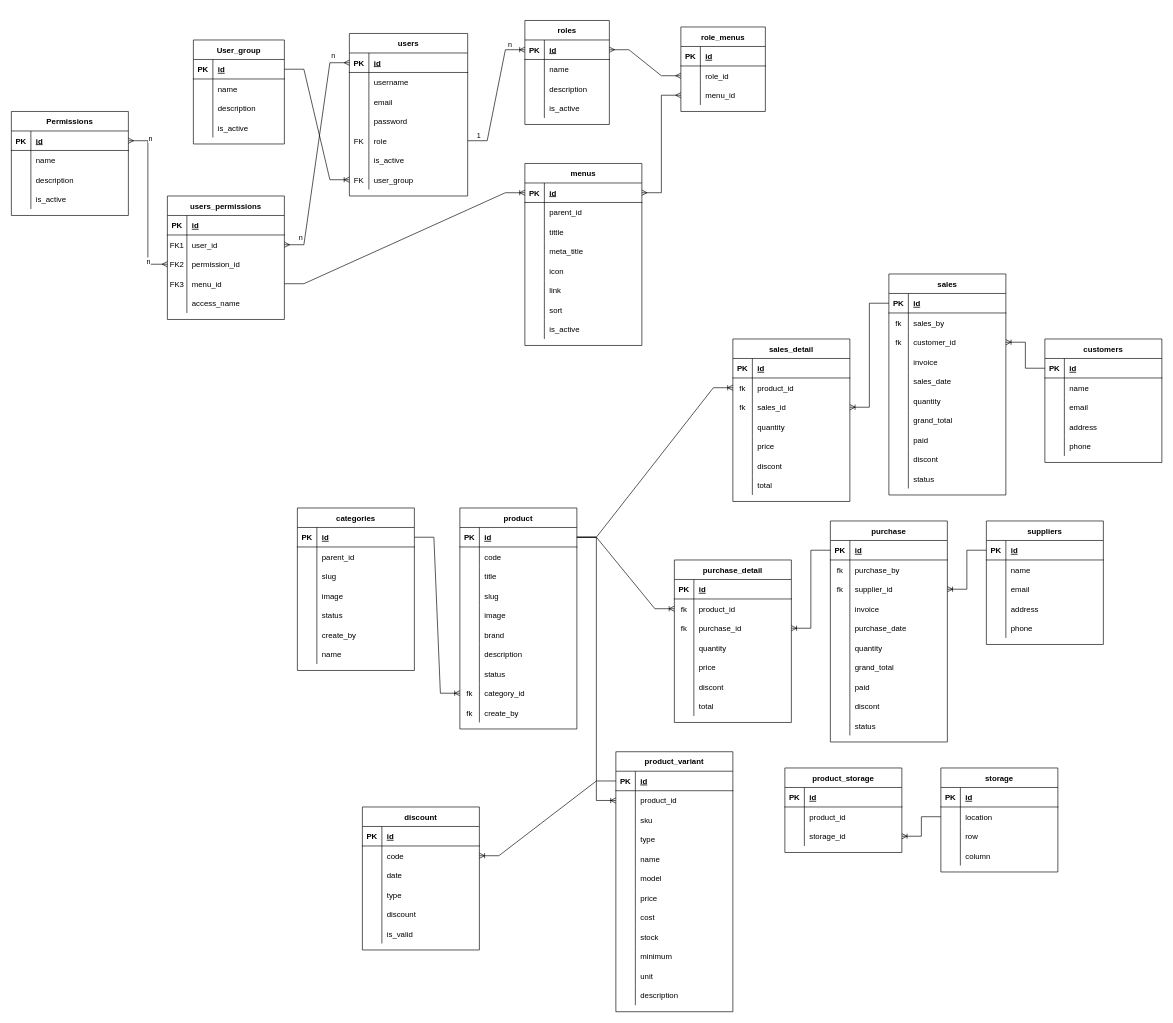
Above: desain-system.drawio in elsyarif/sibak (draw.io), before the change. Source tidied: cells renumbered, new cells numbered last; positions are measured from the earlier drawing's top-left corner, leaving out a move shared by most shapes. Both pictures are drawn from the tidied source at 65%, with x=0, y=0 at pixel (11, 20).
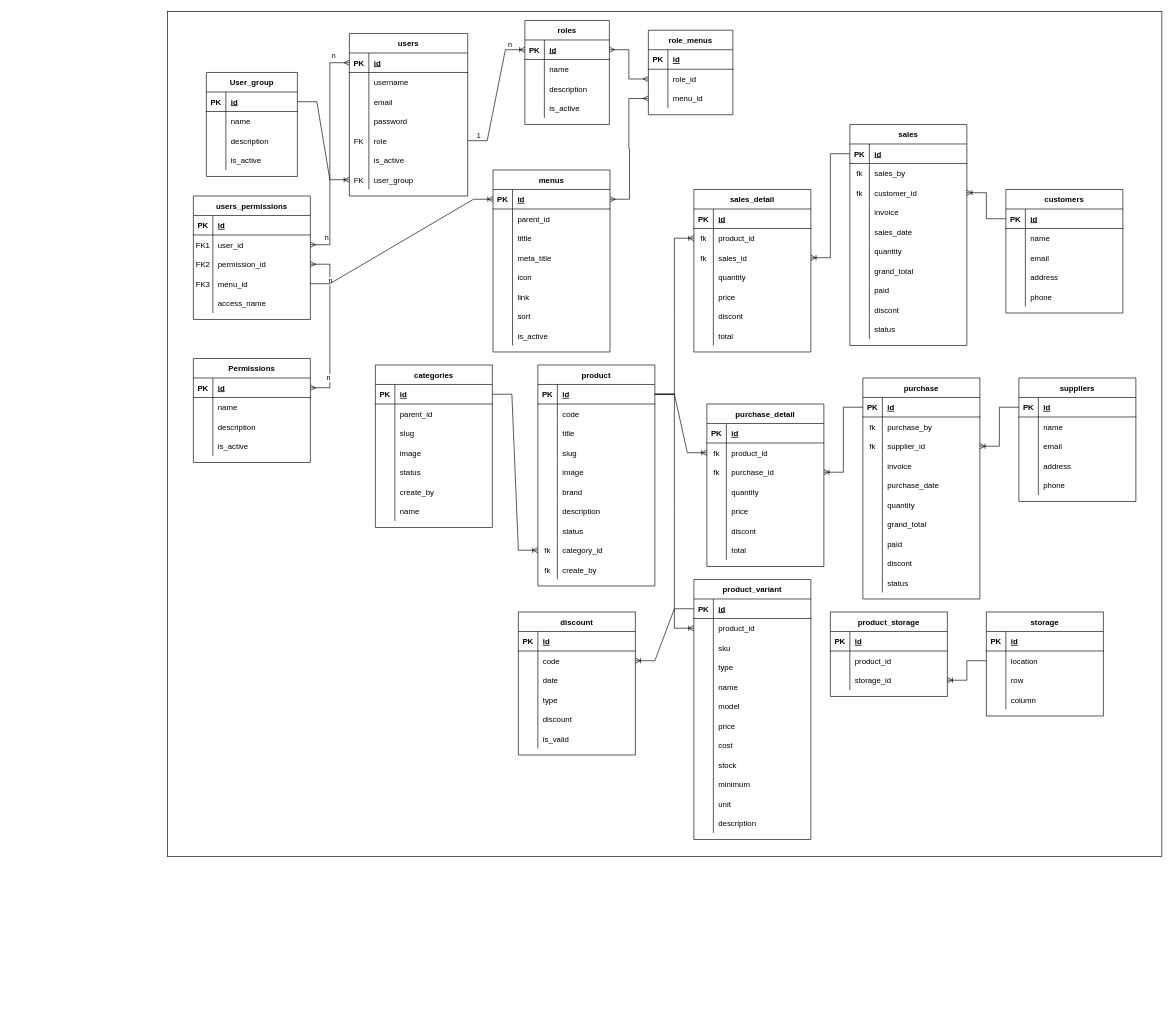
After the change.

The change refers to these unchanged cells:
```xml
<mxCell id="38" style="shape=tableRow;horizontal=0;startSize=0;swimlaneHead=0;swimlaneBody=0;fillColor=none;points=[[0,0.5],[1,0.5]];portConstraint=eastwest;top=0;left=0;right=0;bottom=1;" parent="37" vertex="1">
  <mxGeometry y="30" width="180" height="30" as="geometry" />
</mxCell>
<mxCell id="98" style="shape=tableRow;horizontal=0;startSize=0;swimlaneHead=0;swimlaneBody=0;fillColor=none;points=[[0,0.5],[1,0.5]];portConstraint=eastwest;top=0;left=0;right=0;bottom=0;" parent="91" vertex="1">
  <mxGeometry y="90" width="180" height="30" as="geometry" />
</mxCell>
```

Diff of the diagram source:
```diff
@@
+    <mxCell id="407" style="rounded=0;whiteSpace=wrap;html=1;" parent="1" vertex="1">
+      <mxGeometry x="240" y="-14" width="1530" height="1300" as="geometry" />
+    </mxCell>
@@
     <mxCell id="37" value="Permissions" style="shape=table;startSize=30;childLayout=tableLayout;rowLines=0;fontStyle=1;align=center;" parent="1" vertex="1">
-      <mxGeometry y="140" width="180" height="160" as="geometry" />
+      <mxGeometry x="280" y="520" width="180" height="160" as="geometry" />
     </mxCell>
@@
     <mxCell id="50" value="menus" style="shape=table;startSize=30;childLayout=tableLayout;rowLines=0;fontStyle=1;align=center;" parent="1" vertex="1">
-      <mxGeometry x="790" y="220" width="180" height="280" as="geometry" />
+      <mxGeometry x="741" y="230" width="180" height="280" as="geometry" />
     </mxCell>
@@
     <mxCell id="75" value="User_group" style="shape=table;startSize=30;childLayout=tableLayout;rowLines=0;fontStyle=1;align=center;" parent="1" vertex="1">
-      <mxGeometry x="280" y="30" width="140" height="160" as="geometry" />
+      <mxGeometry x="300" y="80" width="140" height="160" as="geometry" />
     </mxCell>
@@
     <mxCell id="91" value="users_permissions" style="shape=table;startSize=30;childLayout=tableLayout;rowLines=0;fontStyle=1;align=center;" parent="1" vertex="1">
-      <mxGeometry x="240" y="270" width="180" height="190" as="geometry" />
+      <mxGeometry x="280" y="270" width="180" height="190" as="geometry" />
     </mxCell>
@@
-    <mxCell id="107" style="edgeStyle=entityRelationEdgeStyle;fontSize=12;html=1;endArrow=ERmany;startArrow=ERmany;rounded=0;exitX=0;exitY=0.5;exitDx=0;exitDy=0;" parent="1" edge="1" source="98" target="38">
+    <mxCell id="107" style="edgeStyle=entityRelationEdgeStyle;fontSize=12;html=1;endArrow=ERmany;startArrow=ERmany;rounded=0;" parent="1" edge="1" source="98" target="38">
       <mxGeometry relative="1" as="geometry" />
     </mxCell>
@@
     <mxCell id="113" value="role_menus" style="shape=table;startSize=30;childLayout=tableLayout;rowLines=0;fontStyle=1;align=center;" parent="1" vertex="1">
-      <mxGeometry x="1030" y="10" width="130" height="130" as="geometry" />
+      <mxGeometry x="980" y="15" width="130" height="130" as="geometry" />
     </mxCell>
@@
     <mxCell id="127" value="customers" style="shape=table;startSize=30;childLayout=tableLayout;rowLines=0;fontStyle=1;align=center;" parent="1" vertex="1">
-      <mxGeometry x="1590" y="490" width="180" height="190" as="geometry" />
+      <mxGeometry x="1530" y="260" width="180" height="190" as="geometry" />
     </mxCell>
@@
     <mxCell id="143" value="suppliers" style="shape=table;startSize=30;childLayout=tableLayout;rowLines=0;fontStyle=1;align=center;" parent="1" vertex="1">
-      <mxGeometry x="1500" y="770" width="180" height="190" as="geometry" />
+      <mxGeometry x="1550" y="550" width="180" height="190" as="geometry" />
     </mxCell>
@@
     <mxCell id="159" value="categories" style="shape=table;startSize=30;childLayout=tableLayout;rowLines=0;fontStyle=1;align=center;" parent="1" vertex="1">
-      <mxGeometry x="440" y="750" width="180" height="250" as="geometry" />
+      <mxGeometry x="560" y="530" width="180" height="250" as="geometry" />
     </mxCell>
@@
     <mxCell id="181" value="product" style="shape=table;startSize=30;childLayout=tableLayout;rowLines=0;fontStyle=1;align=center;" parent="1" vertex="1">
-      <mxGeometry x="690" y="750" width="180" height="340" as="geometry" />
+      <mxGeometry x="810" y="530" width="180" height="340" as="geometry" />
     </mxCell>
@@
     <mxCell id="212" value="purchase" style="shape=table;startSize=30;childLayout=tableLayout;rowLines=0;fontStyle=1;align=center;" parent="1" vertex="1">
-      <mxGeometry x="1260" y="770" width="180" height="340" as="geometry" />
+      <mxGeometry x="1310" y="550" width="180" height="340" as="geometry" />
     </mxCell>
@@
     <mxCell id="243" value="purchase_detail" style="shape=table;startSize=30;childLayout=tableLayout;rowLines=0;fontStyle=1;align=center;" parent="1" vertex="1">
-      <mxGeometry x="1020" y="830" width="180" height="250" as="geometry" />
+      <mxGeometry x="1070" y="590" width="180" height="250" as="geometry" />
     </mxCell>
@@
     <mxCell id="265" value="product_variant" style="shape=table;startSize=30;childLayout=tableLayout;rowLines=0;fontStyle=1;align=center;" parent="1" vertex="1">
-      <mxGeometry x="930" y="1125" width="180" height="400" as="geometry" />
+      <mxGeometry x="1050" y="860" width="180" height="400" as="geometry" />
     </mxCell>
@@
     <mxCell id="302" value="sales" style="shape=table;startSize=30;childLayout=tableLayout;rowLines=0;fontStyle=1;align=center;" parent="1" vertex="1">
-      <mxGeometry x="1350" y="390" width="180" height="340" as="geometry" />
+      <mxGeometry x="1290" y="160" width="180" height="340" as="geometry" />
     </mxCell>
@@
     <mxCell id="333" value="sales_detail" style="shape=table;startSize=30;childLayout=tableLayout;rowLines=0;fontStyle=1;align=center;" parent="1" vertex="1">
-      <mxGeometry x="1110" y="490" width="180" height="250" as="geometry" />
+      <mxGeometry x="1050" y="260" width="180" height="250" as="geometry" />
     </mxCell>
@@
     <mxCell id="362" value="product_storage" style="shape=table;startSize=30;childLayout=tableLayout;rowLines=0;fontStyle=1;align=center;" parent="1" vertex="1">
-      <mxGeometry x="1190" y="1150" width="180" height="130" as="geometry" />
+      <mxGeometry x="1260" y="910" width="180" height="130" as="geometry" />
     </mxCell>
@@
     <mxCell id="372" value="storage" style="shape=table;startSize=30;childLayout=tableLayout;rowLines=0;fontStyle=1;align=center;" parent="1" vertex="1">
-      <mxGeometry x="1430" y="1150" width="180" height="160" as="geometry" />
+      <mxGeometry x="1500" y="910" width="180" height="160" as="geometry" />
     </mxCell>
@@
     <mxCell id="387" value="discount" style="shape=table;startSize=30;childLayout=tableLayout;rowLines=0;fontStyle=1;align=center;" parent="1" vertex="1">
-      <mxGeometry x="540" y="1210" width="180" height="220" as="geometry" />
+      <mxGeometry x="780" y="910" width="180" height="220" as="geometry" />
     </mxCell>
```
